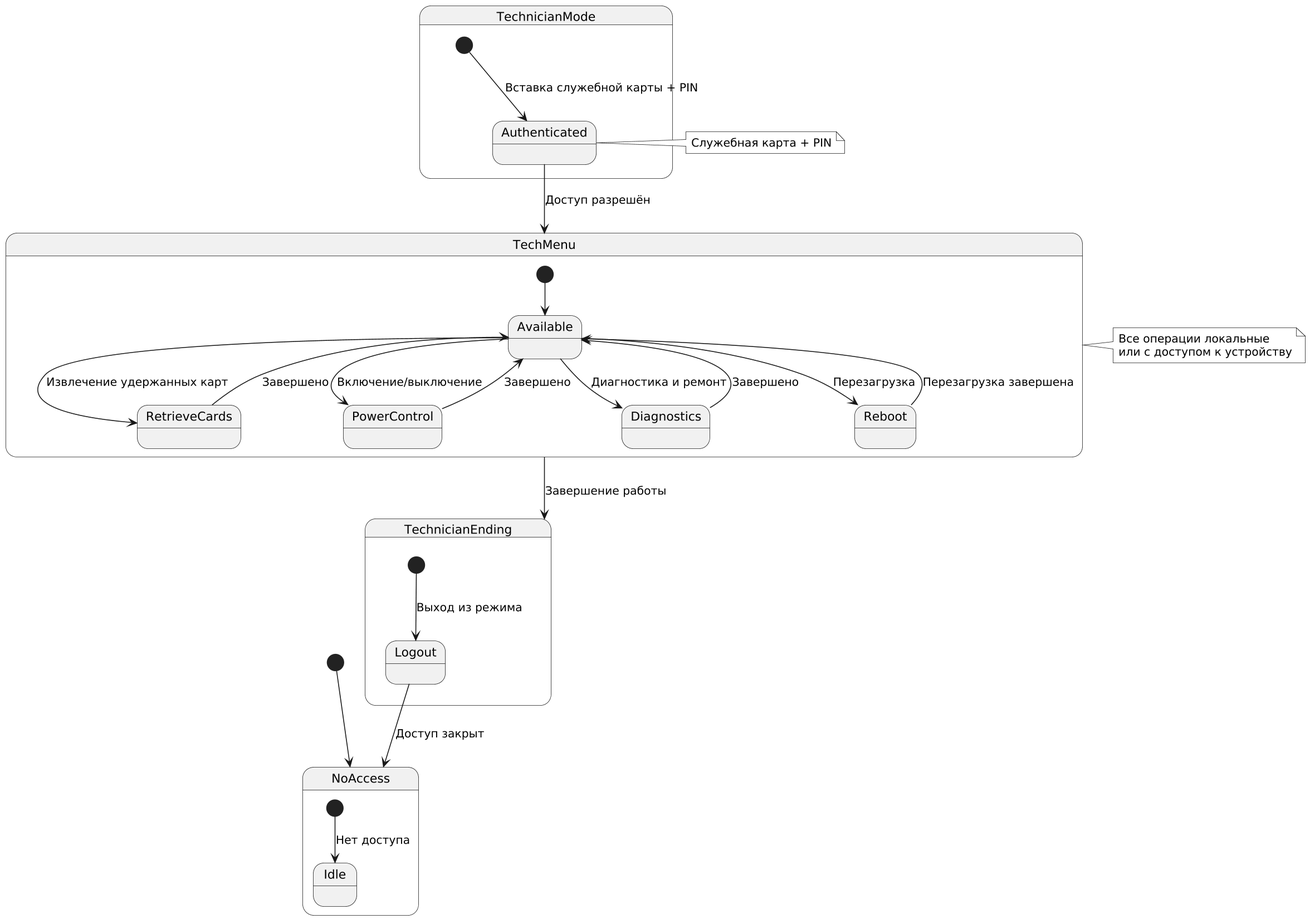
Earlier version of the PlantUML export labs/lab_1/uml/img/ATM_Technician_StateMachine.png (vodo4kin/PPOIS_2sem). The source it was exported from:
```plantuml
@startuml
skinparam monochrome true
skinparam shadowing false
skinparam dpi 150

[*] --> NoAccess

state NoAccess {
  [*] --> Idle : Нет доступа
}

state TechnicianMode {
  [*] --> Authenticated : Вставка служебной карты + PIN
  Authenticated --> TechMenu : Доступ разрешён
}

state TechMenu {
  [*] --> Available
  Available --> RetrieveCards : Извлечение удержанных карт
  Available --> PowerControl : Включение/выключение
  Available --> Diagnostics : Диагностика и ремонт
  Available --> Reboot : Перезагрузка
  RetrieveCards --> Available : Завершено
  PowerControl --> Available : Завершено
  Diagnostics --> Available : Завершено
  Reboot --> Available : Перезагрузка завершена
}

state TechnicianEnding {
  [*] --> Logout : Выход из режима
  Logout --> NoAccess : Доступ закрыт
}

TechMenu --> TechnicianEnding : Завершение работы

note right of Authenticated
  Служебная карта + PIN
end note

note right of TechMenu
  Все операции локальные
  или с доступом к устройству
end note
@enduml
```
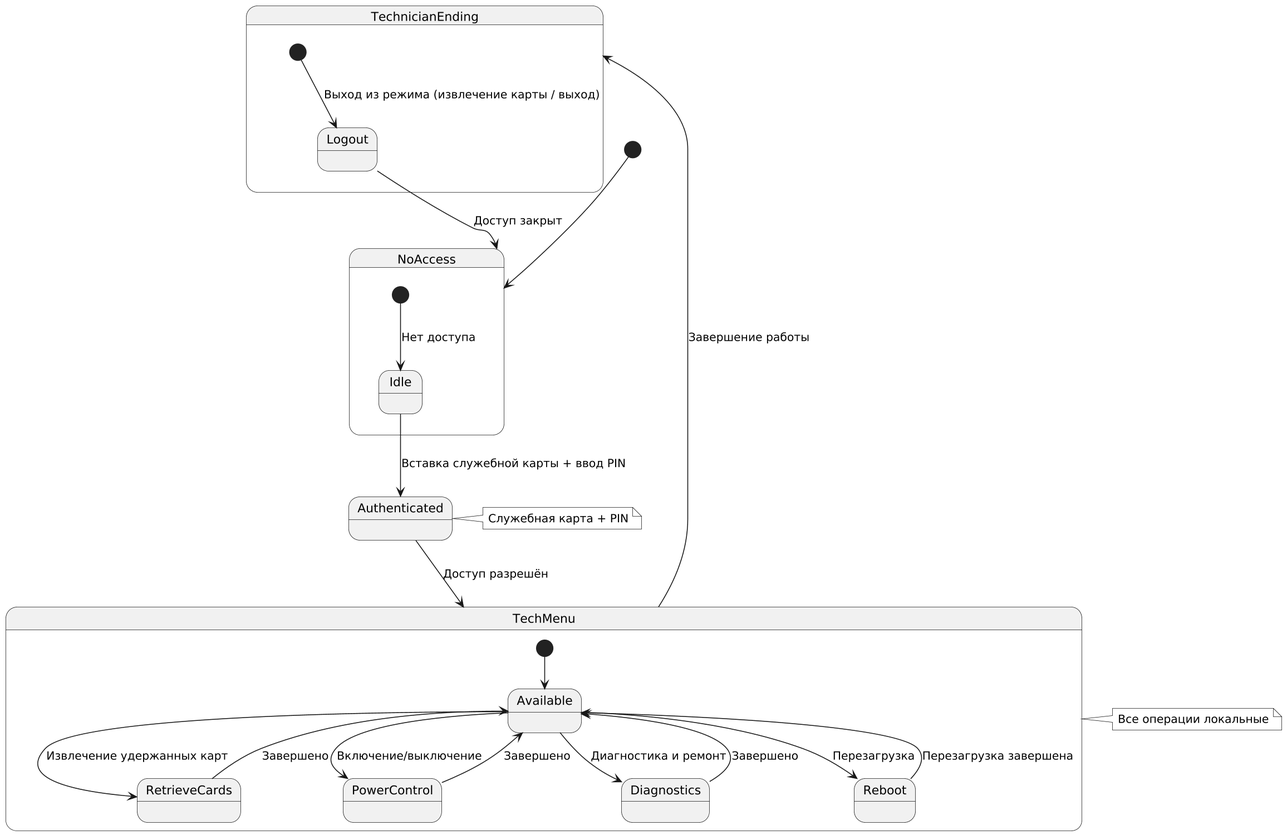
After the commit.

Commit message:
Editing status diagrams

Diff of the diagram source:
```diff
@@ -7,10 +7,10 @@
 
 state NoAccess {
   [*] --> Idle : Нет доступа
+  Idle --> Authenticated : Вставка служебной карты + ввод PIN
 }
 
-state TechnicianMode {
-  [*] --> Authenticated : Вставка служебной карты + PIN
+state Authenticated {
   Authenticated --> TechMenu : Доступ разрешён
 }
 
@@ -27,7 +27,7 @@
 }
 
 state TechnicianEnding {
-  [*] --> Logout : Выход из режима
+  [*] --> Logout : Выход из режима (извлечение карты / выход)
   Logout --> NoAccess : Доступ закрыт
 }
 
@@ -39,6 +39,5 @@
 
 note right of TechMenu
   Все операции локальные
-  или с доступом к устройству
 end note
 @enduml
```
